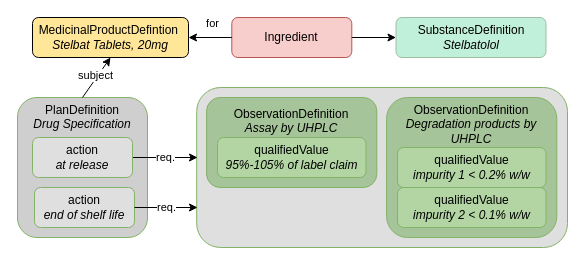
Before: input/images-source/specification_FHIR_resources [2023-07-29 Rik].drawio in HL7/uv-dx-pq, a draw.io diagram. Source tidied: cells renumbered, new cells numbered last; positions are measured from the earlier drawing's top-left corner, leaving out a move shared by most shapes. Both pictures are drawn from the tidied source at 100%, with x=0, y=0 at pixel (17, 17).
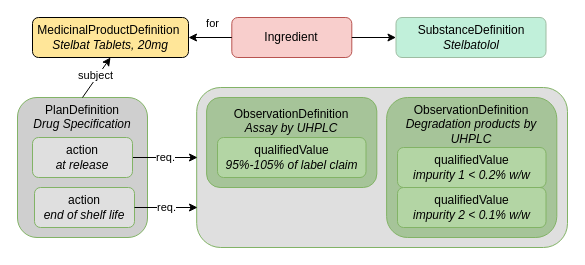
The same page after the edit.

The edit, as a diff of the source:
```diff
@@
-    <mxCell id="4" value="MedicinalProductDefintion&amp;nbsp;&lt;br&gt;&lt;i style=&quot;border-color: var(--border-color);&quot;&gt;Stelbat Tablets, 20mg&lt;/i&gt;" style="rounded=1;whiteSpace=wrap;html=1;fontSize=12;glass=0;strokeWidth=1;shadow=0;fillColor=#ffe699;" parent="1" vertex="1">
+    <mxCell id="4" value="MedicinalProductDefinition&amp;nbsp;&lt;br&gt;&lt;i style=&quot;border-color: var(--border-color);&quot;&gt;Stelbat Tablets, 20mg&lt;/i&gt;" style="rounded=1;whiteSpace=wrap;html=1;fontSize=12;glass=0;strokeWidth=1;shadow=0;fillColor=#ffe699;" parent="1" vertex="1">
       <mxGeometry x="15" width="156" height="40" as="geometry" />
     </mxCell>
```
